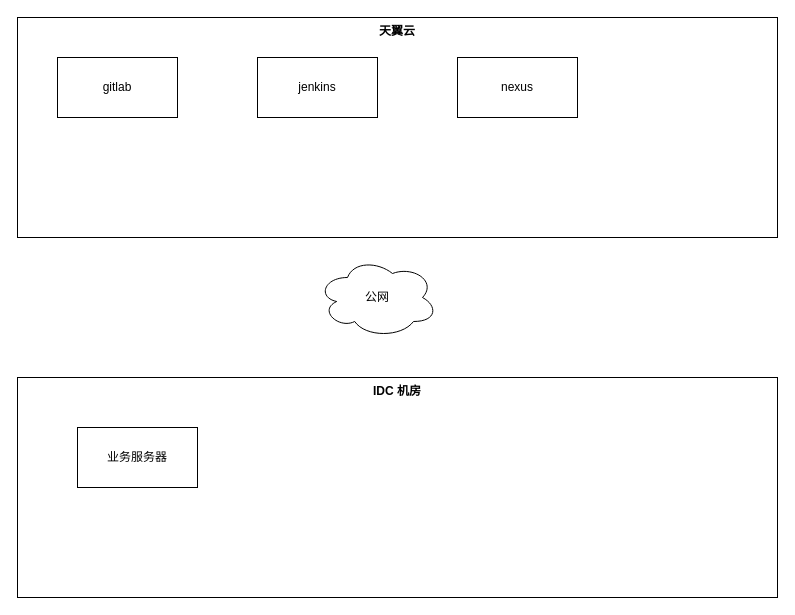
Before: 云堤 CI/CD部署.drawio in catface996/images, a draw.io diagram. Source tidied: cells renumbered, new cells numbered last; positions are measured from the earlier drawing's top-left corner, leaving out a move shared by most shapes. Both pictures are drawn from the tidied source at 100%, with x=0, y=0 at pixel (17, 17).
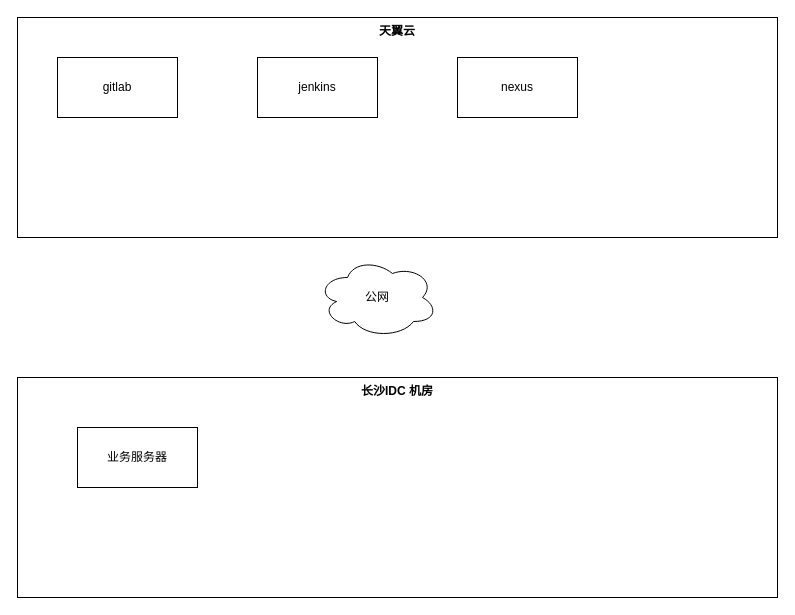
The same page after the edit.

Commit message:
更新云堤 CI/CD部署.drawio

Diff of the diagram source:
```diff
@@
 <mxGraphModel>
   <root>
     <mxCell id="0" />
     <mxCell id="1" parent="0" />
     <mxCell id="2" value="天翼云" style="rounded=0;whiteSpace=wrap;html=1;fontStyle=1;align=center;verticalAlign=top;" parent="1" vertex="1">
       <mxGeometry width="760" height="220" as="geometry" />
     </mxCell>
     <mxCell id="3" value="公网" style="ellipse;shape=cloud;whiteSpace=wrap;html=1;" parent="1" vertex="1">
       <mxGeometry x="300" y="240" width="120" height="80" as="geometry" />
     </mxCell>
-    <mxCell id="4" value="IDC 机房" style="rounded=0;whiteSpace=wrap;html=1;fontStyle=1;align=center;verticalAlign=top;" parent="1" vertex="1">
+    <mxCell id="4" value="长沙IDC 机房" style="rounded=0;whiteSpace=wrap;html=1;fontStyle=1;align=center;verticalAlign=top;" parent="1" vertex="1">
       <mxGeometry y="360" width="760" height="220" as="geometry" />
     </mxCell>
     <mxCell id="5" value="gitlab" style="rounded=0;whiteSpace=wrap;html=1;" parent="1" vertex="1">
       <mxGeometry x="40" y="40" width="120" height="60" as="geometry" />
     </mxCell>
     <mxCell id="6" value="jenkins" style="rounded=0;whiteSpace=wrap;html=1;" parent="1" vertex="1">
       <mxGeometry x="240" y="40" width="120" height="60" as="geometry" />
     </mxCell>
     <mxCell id="7" value="nexus" style="rounded=0;whiteSpace=wrap;html=1;" parent="1" vertex="1">
       <mxGeometry x="440" y="40" width="120" height="60" as="geometry" />
     </mxCell>
     <mxCell id="8" value="业务服务器" style="rounded=0;whiteSpace=wrap;html=1;" parent="1" vertex="1">
       <mxGeometry x="60" y="410" width="120" height="60" as="geometry" />
     </mxCell>
   </root>
 </mxGraphModel>
```
